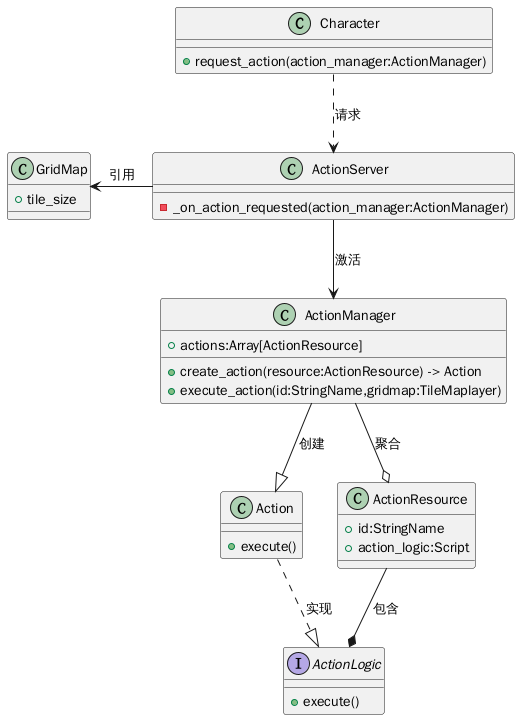
Above: 程序架构/action_struct.png in minkieyume/nightcat-srpg (PlantUML), before the change.
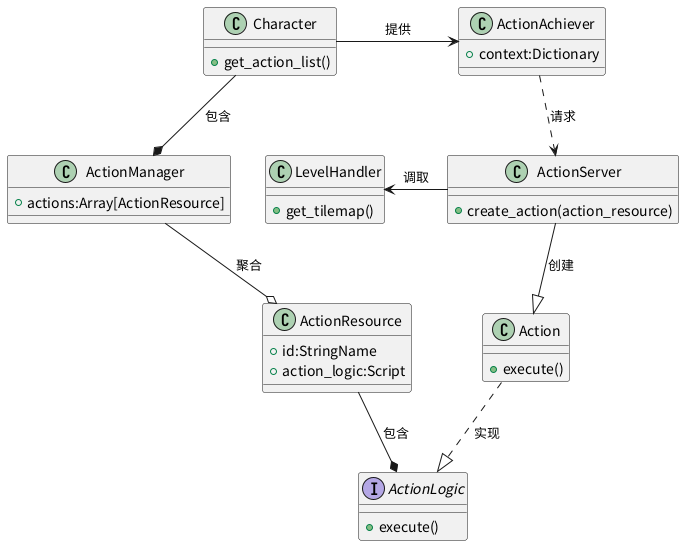
After the change.

Change to the diagram source:
```diff
@@ -1,34 +1,36 @@
 @startuml
 class Character{
-+ request_action(action_manager:ActionManager)
++ get_action_list()
 }
 class Action{
 + execute()
 }
 class ActionManager{
 + actions:Array[ActionResource]
-+ create_action(resource:ActionResource) -> Action
-+ execute_action(id:StringName,gridmap:TileMaplayer)
 }
 class ActionResource{
 + id:StringName
 + action_logic:Script
 }
 class ActionServer{
-- _on_action_requested(action_manager:ActionManager)
++ create_action(action_resource)
 }
-class GridMap{
-+ tile_size
+class LevelHandler{
++ get_tilemap()
+}
+class ActionAchiever{
++ context:Dictionary
 }
 interface ActionLogic{
 + execute()
 }
 
+ActionAchiever ..> ActionServer : 请求
+Character -right-> ActionAchiever : 提供
 Action ..|> ActionLogic : 实现
-ActionManager --|> Action : 创建
+ActionServer --|> Action : 创建
+ActionResource --* ActionLogic : 包含
+ActionServer -left-> LevelHandler : 调取
 ActionManager --o ActionResource : 聚合
-ActionResource --* ActionLogic : 包含
-Character ..> ActionServer : 请求
-ActionServer --> ActionManager : 激活
-ActionServer -left-> GridMap : 引用
+Character --* ActionManager : 包含
 @enduml
```
